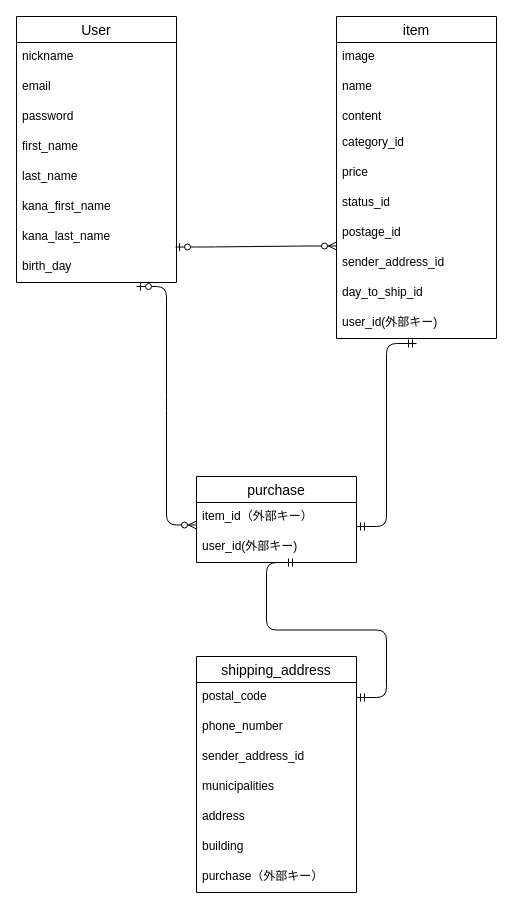
This is app/furima.dio from dwarfsawfish/furima-38836, a draw.io file, before an edit. Source tidied: cells renumbered, new cells numbered last; positions are measured from the earlier drawing's top-left corner, leaving out a move shared by most shapes. Both pictures are drawn from the tidied source at 100%, with x=0, y=0 at pixel (16, 16).
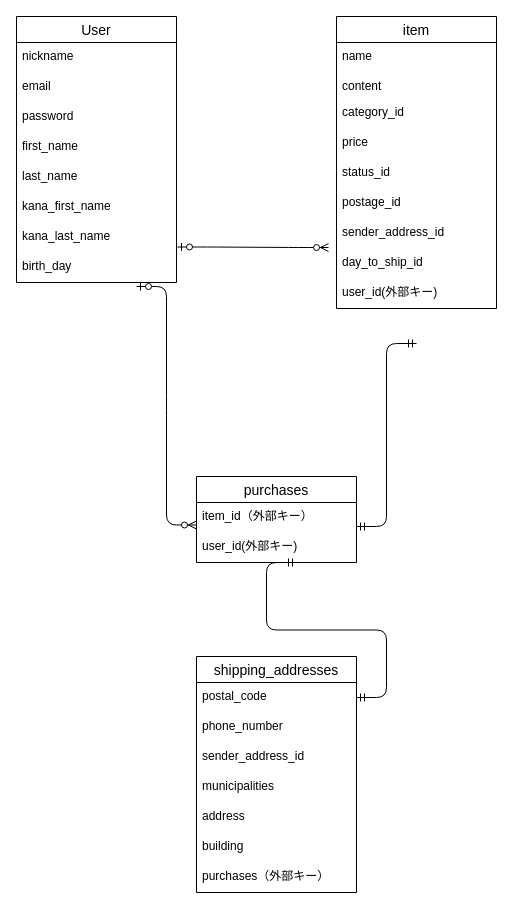
The same diagram, later.

Commit message (it also covers changes not shown here):
データベース設計（修正4）

The change refers to these unchanged cells:
```xml
<mxCell id="9" value="kana_last_name" style="text;strokeColor=none;fillColor=none;spacingLeft=4;spacingRight=4;overflow=hidden;points=[[0,0.5],[1,0.5]];portConstraint=eastwest;fontSize=12;" parent="2" vertex="1">
  <mxGeometry y="206" width="160" height="30" as="geometry" />
</mxCell>
```

Diff of the diagram source:
```diff
@@
     <mxCell id="11" value="item" style="swimlane;fontStyle=0;horizontal=1;startSize=26;align=center;fontSize=14;" parent="1" vertex="1">
-      <mxGeometry x="320" width="160" height="322" as="geometry" />
+      <mxGeometry x="320" width="160" height="292" as="geometry" />
     </mxCell>
-    <mxCell id="12" value="image" style="text;strokeColor=none;fillColor=none;spacingLeft=4;spacingRight=4;overflow=hidden;fontSize=12;" parent="11" vertex="1">
-      <mxGeometry y="26" width="160" height="30" as="geometry" />
-    </mxCell>
     <mxCell id="13" value="name" style="text;strokeColor=none;fillColor=none;spacingLeft=4;spacingRight=4;overflow=hidden;fontSize=12;" parent="11" vertex="1">
-      <mxGeometry y="56" width="160" height="30" as="geometry" />
+      <mxGeometry y="26" width="160" height="30" as="geometry" />
     </mxCell>
     <mxCell id="14" value="content" style="text;strokeColor=none;fillColor=none;spacingLeft=4;spacingRight=4;overflow=hidden;fontSize=12;" parent="11" vertex="1">
-      <mxGeometry y="86" width="160" height="26" as="geometry" />
+      <mxGeometry y="56" width="160" height="26" as="geometry" />
     </mxCell>
     <mxCell id="15" value="category_id" style="text;strokeColor=none;fillColor=none;spacingLeft=4;spacingRight=4;overflow=hidden;fontSize=12;" parent="11" vertex="1">
-      <mxGeometry y="112" width="160" height="30" as="geometry" />
+      <mxGeometry y="82" width="160" height="30" as="geometry" />
     </mxCell>
     <mxCell id="16" value="price" style="text;strokeColor=none;fillColor=none;spacingLeft=4;spacingRight=4;overflow=hidden;fontSize=12;" parent="11" vertex="1">
-      <mxGeometry y="142" width="160" height="30" as="geometry" />
+      <mxGeometry y="112" width="160" height="30" as="geometry" />
     </mxCell>
     <mxCell id="17" value="status_id" style="text;strokeColor=none;fillColor=none;spacingLeft=4;spacingRight=4;overflow=hidden;fontSize=12;" parent="11" vertex="1">
-      <mxGeometry y="172" width="160" height="30" as="geometry" />
+      <mxGeometry y="142" width="160" height="30" as="geometry" />
     </mxCell>
     <mxCell id="18" value="postage_id" style="text;strokeColor=none;fillColor=none;spacingLeft=4;spacingRight=4;overflow=hidden;fontSize=12;" parent="11" vertex="1">
-      <mxGeometry y="202" width="160" height="30" as="geometry" />
+      <mxGeometry y="172" width="160" height="30" as="geometry" />
     </mxCell>
     <mxCell id="19" value="sender_address_id" style="text;strokeColor=none;fillColor=none;spacingLeft=4;spacingRight=4;overflow=hidden;points=[[0,0.5],[1,0.5]];portConstraint=eastwest;fontSize=12;" parent="11" vertex="1">
-      <mxGeometry y="232" width="160" height="30" as="geometry" />
+      <mxGeometry y="202" width="160" height="30" as="geometry" />
     </mxCell>
     <mxCell id="20" value="day_to_ship_id" style="text;strokeColor=none;fillColor=none;spacingLeft=4;spacingRight=4;overflow=hidden;fontSize=12;" parent="11" vertex="1">
-      <mxGeometry y="262" width="160" height="30" as="geometry" />
+      <mxGeometry y="232" width="160" height="30" as="geometry" />
     </mxCell>
     <mxCell id="21" value="user_id(外部キー)" style="text;strokeColor=none;fillColor=none;spacingLeft=4;spacingRight=4;overflow=hidden;fontSize=12;" parent="11" vertex="1">
-      <mxGeometry y="292" width="160" height="30" as="geometry" />
+      <mxGeometry y="262" width="160" height="30" as="geometry" />
     </mxCell>
-    <mxCell id="22" value="purchase" style="swimlane;fontStyle=0;horizontal=1;startSize=26;align=center;fontSize=14;" parent="1" vertex="1">
+    <mxCell id="22" value="purchases" style="swimlane;fontStyle=0;horizontal=1;startSize=26;align=center;fontSize=14;" parent="1" vertex="1">
       <mxGeometry x="180" y="460" width="160" height="86" as="geometry" />
     </mxCell>
@@
-    <mxCell id="25" value="shipping_address" style="swimlane;fontStyle=0;horizontal=1;startSize=26;align=center;fontSize=14;" parent="1" vertex="1">
+    <mxCell id="25" value="shipping_addresses" style="swimlane;fontStyle=0;horizontal=1;startSize=26;align=center;fontSize=14;" parent="1" vertex="1">
       <mxGeometry x="180" y="640" width="160" height="236" as="geometry" />
     </mxCell>
@@
-    <mxCell id="32" value="purchase（外部キー）" style="text;strokeColor=none;fillColor=none;spacingLeft=4;spacingRight=4;overflow=hidden;fontSize=12;" parent="25" vertex="1">
+    <mxCell id="32" value="purchases（外部キー）" style="text;strokeColor=none;fillColor=none;spacingLeft=4;spacingRight=4;overflow=hidden;fontSize=12;" parent="25" vertex="1">
       <mxGeometry y="206" width="160" height="30" as="geometry" />
     </mxCell>
-    <mxCell id="33" style="edgeStyle=entityRelationEdgeStyle;fontSize=12;html=1;endArrow=ERzeroToMany;startArrow=ERzeroToOne;exitX=0.994;exitY=0.817;exitDx=0;exitDy=0;exitPerimeter=0;entryX=0;entryY=-0.083;entryDx=0;entryDy=0;entryPerimeter=0;" parent="1" edge="1" source="9" target="19">
-      <mxGeometry relative="1" as="geometry" />
+    <mxCell id="33" style="edgeStyle=entityRelationEdgeStyle;fontSize=12;html=1;endArrow=ERzeroToMany;startArrow=ERzeroToOne;exitX=0.994;exitY=0.817;exitDx=0;exitDy=0;exitPerimeter=0;" parent="1" edge="1">
+      <mxGeometry relative="1" as="geometry">
+        <mxPoint x="161" y="230.5" as="sourcePoint" />
+        <mxPoint x="312" y="231" as="targetPoint" />
+      </mxGeometry>
     </mxCell>
```
